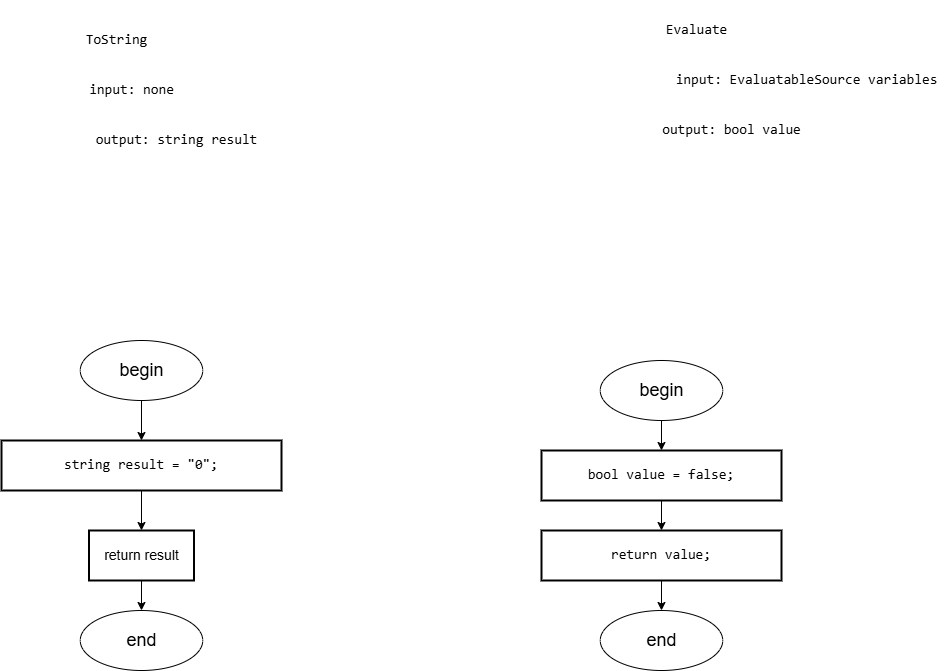
This is Diagrams/images/False.drawio.png from slavikovics/FictionalVariables, a draw.io export, as it was before one commit. Source tidied: cells renumbered, new cells last; positions are measured from the earlier drawing's top-left corner, leaving out a move shared by most shapes.
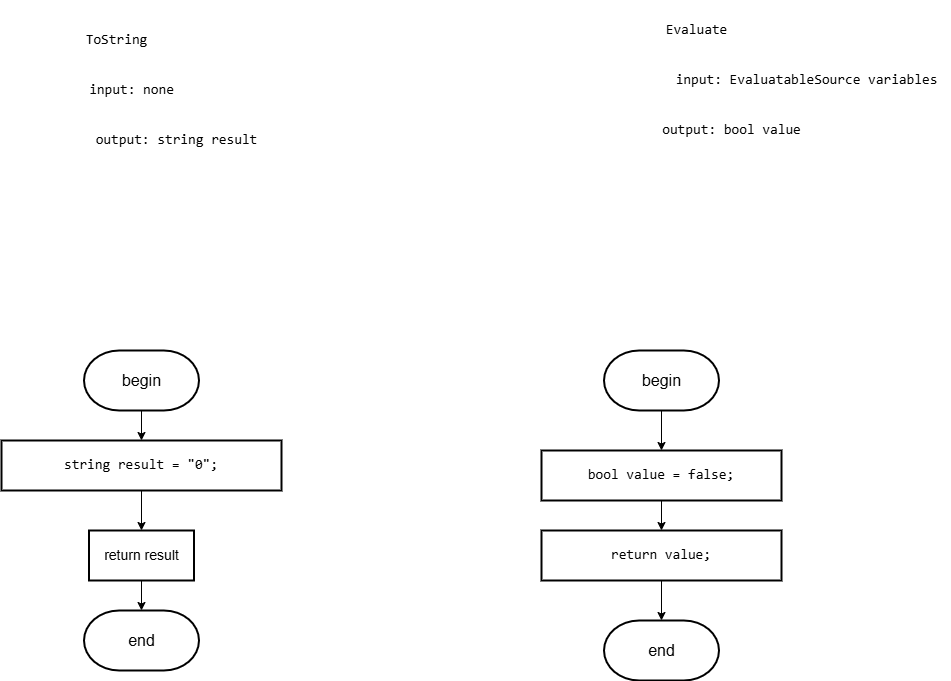
The same file after the commit.

The edit, as a diff of the source:
```diff
@@ -32,35 +32,35 @@
     <mxCell id="11" value="&lt;pre style=&quot;font-family: &amp;quot;JetBrains Mono&amp;quot;, monospace;&quot;&gt;output: string result&lt;/pre&gt;" style="text;html=1;align=center;verticalAlign=middle;strokeColor=none;fillColor=none;fontSize=14;labelBackgroundColor=none;fontColor=#000000;" parent="1" vertex="1">
       <mxGeometry x="80" y="110" width="190" height="60" as="geometry" />
     </mxCell>
-    <mxCell id="12" style="edgeStyle=orthogonalEdgeStyle;rounded=0;jettySize=auto;html=1;exitX=0.5;exitY=1;exitDx=0;exitDy=0;entryX=0.5;entryY=0;entryDx=0;entryDy=0;" parent="1" edge="1" source="13" target="20">
-      <mxGeometry relative="1" as="geometry" />
-    </mxCell>
     <mxCell id="13" value="&lt;font&gt;return result&lt;/font&gt;" style="rounded=0;whiteSpace=wrap;html=1;absoluteArcSize=1;arcSize=14;strokeWidth=2;fontSize=14;labelBackgroundColor=none;fontColor=#000000;" parent="1" vertex="1">
       <mxGeometry x="87.5" y="530" width="105" height="50" as="geometry" />
     </mxCell>
-    <mxCell id="14" style="edgeStyle=orthogonalEdgeStyle;rounded=0;jettySize=auto;html=1;exitX=0.5;exitY=1;exitDx=0;exitDy=0;entryX=0.5;entryY=0;entryDx=0;entryDy=0;" parent="1" edge="1" source="15" target="21">
-      <mxGeometry relative="1" as="geometry" />
-    </mxCell>
     <mxCell id="15" value="&lt;div style=&quot;&quot;&gt;&lt;pre style=&quot;font-family: &amp;quot;JetBrains Mono&amp;quot;, monospace;&quot;&gt;&lt;pre style=&quot;font-family: &amp;quot;JetBrains Mono&amp;quot;, monospace;&quot;&gt;&lt;pre style=&quot;font-family: &amp;quot;JetBrains Mono&amp;quot;, monospace;&quot;&gt;&lt;pre style=&quot;font-family: &amp;quot;JetBrains Mono&amp;quot;, monospace;&quot;&gt;&lt;pre style=&quot;font-family: &amp;quot;JetBrains Mono&amp;quot;, monospace;&quot;&gt;&lt;font&gt;return value;&lt;/font&gt;&lt;/pre&gt;&lt;/pre&gt;&lt;/pre&gt;&lt;/pre&gt;&lt;/pre&gt;&lt;/div&gt;" style="rounded=0;whiteSpace=wrap;html=1;absoluteArcSize=1;arcSize=14;strokeWidth=2;fontSize=14;labelBackgroundColor=none;fontColor=#000000;" parent="1" vertex="1">
       <mxGeometry x="540" y="530" width="240" height="50" as="geometry" />
     </mxCell>
-    <mxCell id="16" style="edgeStyle=orthogonalEdgeStyle;rounded=0;jettySize=auto;html=1;exitX=0.5;exitY=1;exitDx=0;exitDy=0;entryX=0.5;entryY=0;entryDx=0;entryDy=0;" parent="1" edge="1" source="17" target="9">
-      <mxGeometry relative="1" as="geometry" />
-    </mxCell>
-    <mxCell id="17" value="&lt;font style=&quot;font-size: 18px;&quot;&gt;begin&lt;/font&gt;" style="ellipse;whiteSpace=wrap;html=1;" parent="1" vertex="1">
-      <mxGeometry x="78.8" y="340" width="122.5" height="60" as="geometry" />
-    </mxCell>
-    <mxCell id="18" style="edgeStyle=orthogonalEdgeStyle;rounded=0;jettySize=auto;html=1;exitX=0.5;exitY=1;exitDx=0;exitDy=0;entryX=0.5;entryY=0;entryDx=0;entryDy=0;" parent="1" edge="1" source="19" target="4">
-      <mxGeometry relative="1" as="geometry" />
-    </mxCell>
-    <mxCell id="19" value="&lt;font style=&quot;font-size: 18px;&quot;&gt;begin&lt;/font&gt;" style="ellipse;whiteSpace=wrap;html=1;" parent="1" vertex="1">
-      <mxGeometry x="598.8" y="360" width="122.5" height="60" as="geometry" />
-    </mxCell>
-    <mxCell id="20" value="&lt;font style=&quot;font-size: 18px;&quot;&gt;end&lt;/font&gt;" style="ellipse;whiteSpace=wrap;html=1;" parent="1" vertex="1">
-      <mxGeometry x="78.8" y="610" width="122.5" height="60" as="geometry" />
-    </mxCell>
-    <mxCell id="21" value="&lt;font style=&quot;font-size: 18px;&quot;&gt;end&lt;/font&gt;" style="ellipse;whiteSpace=wrap;html=1;" parent="1" vertex="1">
-      <mxGeometry x="598.8" y="610" width="122.5" height="60" as="geometry" />
-    </mxCell>
+    <mxCell id="22" style="edgeStyle=orthogonalEdgeStyle;rounded=0;jettySize=auto;html=1;exitX=0.5;exitY=1;exitDx=0;exitDy=0;exitPerimeter=0;entryX=0.5;entryY=0;entryDx=0;entryDy=0;" parent="1" edge="1" source="23" target="4">
+      <mxGeometry relative="1" as="geometry" />
+    </mxCell>
+    <mxCell id="23" value="&lt;font style=&quot;font-size: 16px;&quot;&gt;begin&lt;/font&gt;" style="strokeWidth=2;html=1;shape=mxgraph.flowchart.terminator;whiteSpace=wrap;" parent="1" vertex="1">
+      <mxGeometry x="602.5" y="350" width="115" height="60" as="geometry" />
+    </mxCell>
+    <mxCell id="24" value="&lt;font style=&quot;font-size: 16px;&quot;&gt;end&lt;/font&gt;" style="strokeWidth=2;html=1;shape=mxgraph.flowchart.terminator;whiteSpace=wrap;" parent="1" vertex="1">
+      <mxGeometry x="602.5" y="620" width="115" height="60" as="geometry" />
+    </mxCell>
+    <mxCell id="25" style="edgeStyle=orthogonalEdgeStyle;rounded=0;jettySize=auto;html=1;exitX=0.5;exitY=1;exitDx=0;exitDy=0;exitPerimeter=0;entryX=0.5;entryY=0;entryDx=0;entryDy=0;" parent="1" edge="1" source="26" target="9">
+      <mxGeometry relative="1" as="geometry" />
+    </mxCell>
+    <mxCell id="26" value="&lt;font style=&quot;font-size: 16px;&quot;&gt;begin&lt;/font&gt;" style="strokeWidth=2;html=1;shape=mxgraph.flowchart.terminator;whiteSpace=wrap;" parent="1" vertex="1">
+      <mxGeometry x="82.5" y="350" width="115" height="60" as="geometry" />
+    </mxCell>
+    <mxCell id="27" value="&lt;font style=&quot;font-size: 16px;&quot;&gt;end&lt;/font&gt;" style="strokeWidth=2;html=1;shape=mxgraph.flowchart.terminator;whiteSpace=wrap;" parent="1" vertex="1">
+      <mxGeometry x="82.5" y="610" width="115" height="60" as="geometry" />
+    </mxCell>
+    <mxCell id="28" style="edgeStyle=orthogonalEdgeStyle;rounded=0;jettySize=auto;html=1;exitX=0.5;exitY=1;exitDx=0;exitDy=0;entryX=0.5;entryY=0;entryDx=0;entryDy=0;entryPerimeter=0;" parent="1" edge="1" source="13" target="27">
+      <mxGeometry relative="1" as="geometry" />
+    </mxCell>
+    <mxCell id="29" style="edgeStyle=orthogonalEdgeStyle;rounded=0;jettySize=auto;html=1;exitX=0.5;exitY=1;exitDx=0;exitDy=0;entryX=0.5;entryY=0;entryDx=0;entryDy=0;entryPerimeter=0;" parent="1" edge="1" source="15" target="24">
+      <mxGeometry relative="1" as="geometry" />
+    </mxCell>
   </root>
 </mxGraphModel>
```
